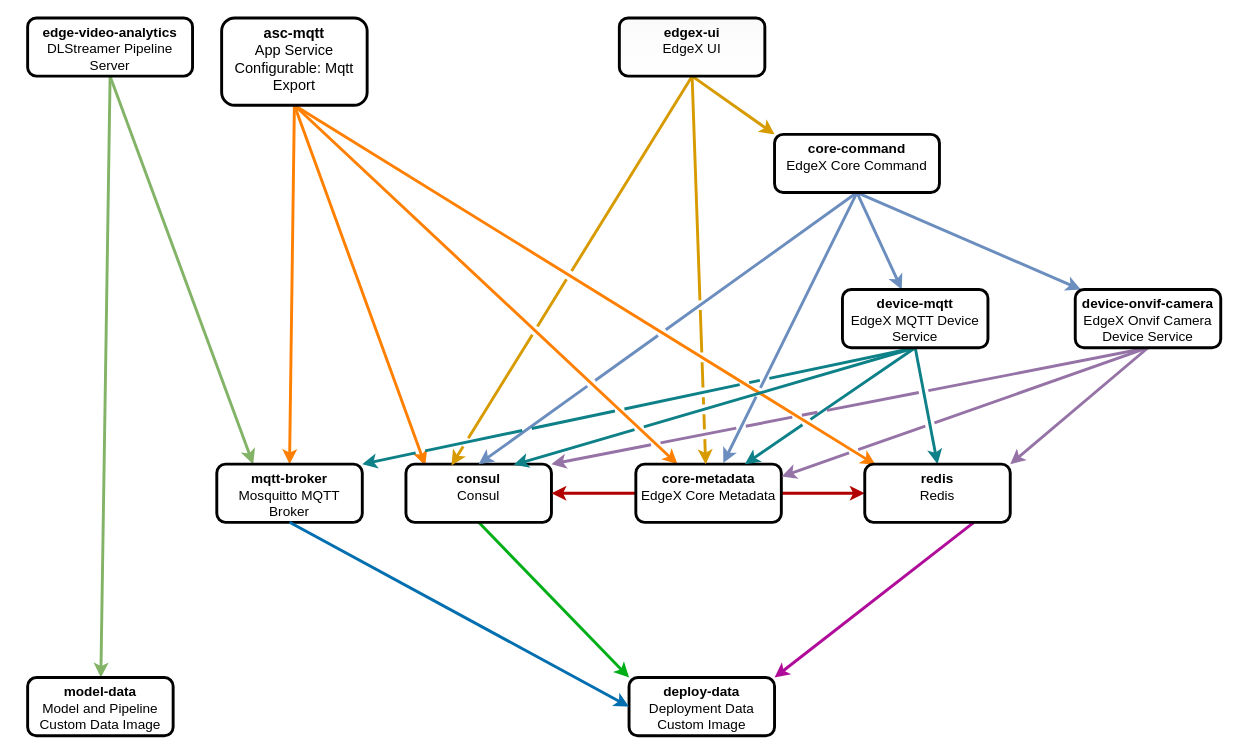
edgexfoundry-holding/orra keeps this draw.io diagram as demos/OH-EXF-Kamakura/docs/services-diagram.drawio. Above is the earlier version. Source tidied: cells renumbered, new cells numbered last; positions are measured from the earlier drawing's top-left corner, leaving out a move shared by most shapes. Both pictures are drawn from the tidied source at 97%, with x=0, y=0 at pixel (27, 17).
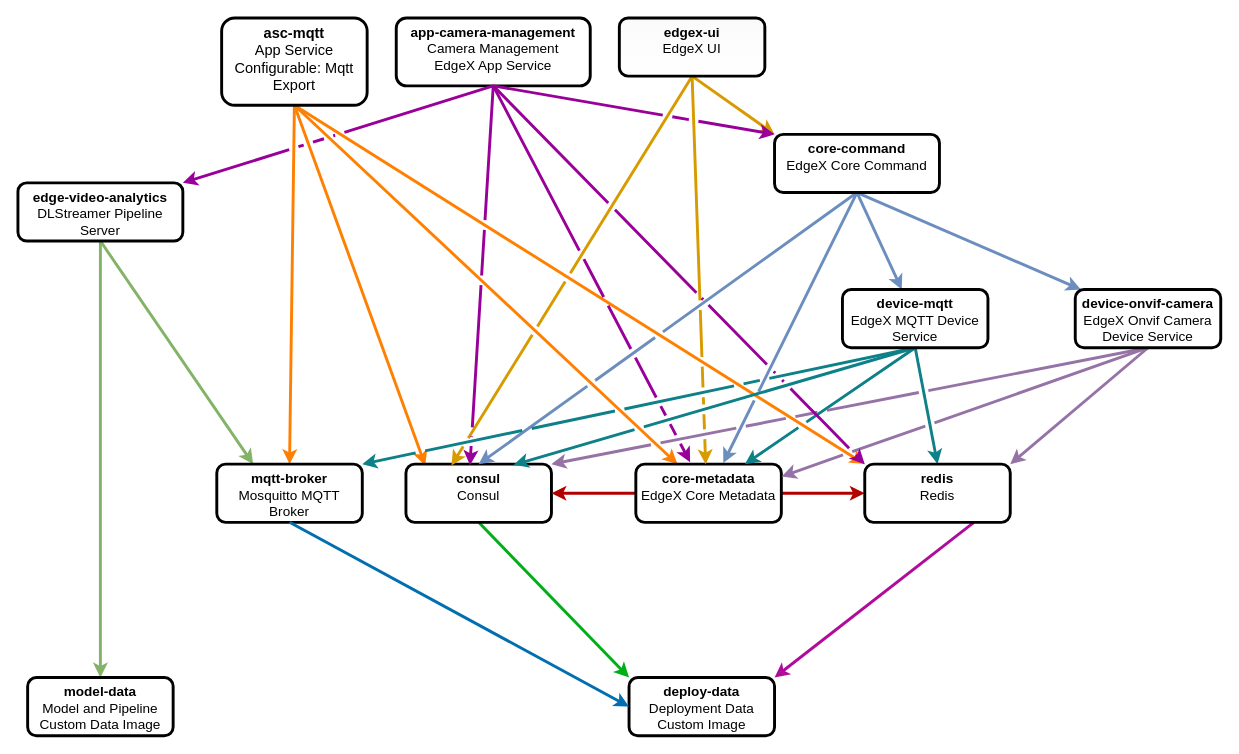
The same page after the edit.

Commit message (it also covers changes not shown here):
fix: update dependency graph and fix service and pattern

Unchanged cells that the change refers to:
```xml
<mxCell id="6" value="&lt;font style=&quot;font-size: 15px&quot;&gt;&lt;b&gt;asc-mqtt&lt;/b&gt;&lt;br&gt;App Service Configurable: Mqtt Export&lt;/font&gt;" style="whiteSpace=wrap;html=1;fontSize=14;verticalAlign=top;strokeWidth=3;rounded=1;" parent="1" vertex="1">
  <mxGeometry x="200" width="150" height="90" as="geometry" />
</mxCell>
<mxCell id="13" value="&lt;b style=&quot;font-size: 14px;&quot;&gt;consul&lt;/b&gt;&lt;br style=&quot;font-size: 14px;&quot;&gt;Consul" style="whiteSpace=wrap;html=1;fontSize=14;verticalAlign=top;strokeWidth=3;rounded=1;" parent="1" vertex="1">
  <mxGeometry x="390" y="460" width="150" height="60" as="geometry" />
</mxCell>
<mxCell id="18" value="&lt;b style=&quot;font-size: 14px;&quot;&gt;core-command&lt;/b&gt;&lt;br style=&quot;font-size: 14px;&quot;&gt;EdgeX Core Command" style="whiteSpace=wrap;html=1;fontSize=14;verticalAlign=top;strokeWidth=3;rounded=1;" parent="1" vertex="1">
  <mxGeometry x="770" y="120" width="170" height="60" as="geometry" />
</mxCell>
<mxCell id="21" value="&lt;b style=&quot;font-size: 14px;&quot;&gt;core-metadata&lt;/b&gt;&lt;br style=&quot;font-size: 14px;&quot;&gt;EdgeX Core Metadata" style="whiteSpace=wrap;html=1;fontSize=14;verticalAlign=top;strokeWidth=3;rounded=1;" parent="1" vertex="1">
  <mxGeometry x="627" y="460" width="150" height="60" as="geometry" />
</mxCell>
<mxCell id="37" value="&lt;span style=&quot;font-size: 14px&quot;&gt;&lt;b&gt;redis&lt;/b&gt;&lt;br&gt;Redis&lt;br&gt;&lt;/span&gt;" style="whiteSpace=wrap;html=1;flipV=1;fontSize=14;verticalAlign=top;strokeWidth=3;rounded=1;" parent="1" vertex="1">
  <mxGeometry x="863" y="460" width="150" height="60" as="geometry" />
</mxCell>
```

Change to the diagram source:
```diff
@@
-    <mxCell id="3" style="jettySize=auto;html=1;exitX=0.5;exitY=1;exitDx=0;exitDy=0;entryX=0.074;entryY=0.989;entryDx=0;entryDy=0;fontSize=14;jumpStyle=gap;strokeWidth=3;fillColor=#fff2cc;strokeColor=#FF8000;entryPerimeter=0;" parent="1" edge="1" source="6" target="37">
+    <mxCell id="3" style="jettySize=auto;html=1;exitX=0.5;exitY=1;exitDx=0;exitDy=0;entryX=0;entryY=0;entryDx=0;entryDy=0;fontSize=14;jumpStyle=gap;strokeWidth=3;fillColor=#fff2cc;strokeColor=#FF8000;" parent="1" edge="1" source="6" target="37">
       <mxGeometry relative="1" as="geometry" />
     </mxCell>
@@
     <mxCell id="9" value="&lt;span style=&quot;font-size: 14px&quot;&gt;&lt;b&gt;edge-video-analytics&lt;/b&gt;&lt;br&gt;DLStreamer Pipeline Server&lt;br&gt;&lt;/span&gt;" style="whiteSpace=wrap;html=1;fontSize=14;verticalAlign=top;strokeWidth=3;rounded=1;" parent="1" vertex="1">
-      <mxGeometry width="170" height="60" as="geometry" />
+      <mxGeometry x="-10" y="170" width="170" height="60" as="geometry" />
     </mxCell>
@@
+    <mxCell id="39" value="&lt;span style=&quot;font-size: 14px&quot;&gt;&lt;b&gt;app-camera-management&lt;/b&gt;&lt;br&gt;Camera Management&lt;br&gt;EdgeX App Service&lt;br&gt;&lt;/span&gt;" style="whiteSpace=wrap;html=1;fontSize=14;verticalAlign=top;strokeWidth=3;rounded=1;" parent="1" vertex="1">
+      <mxGeometry x="380" width="200" height="70" as="geometry" />
+    </mxCell>
+    <mxCell id="40" style="jettySize=auto;html=1;exitX=0.5;exitY=1;exitDx=0;exitDy=0;entryX=0;entryY=0;entryDx=0;entryDy=0;fontSize=14;jumpStyle=gap;strokeWidth=3;fillColor=#fff2cc;strokeColor=#990099;" parent="1" edge="1" source="39" target="37">
+      <mxGeometry relative="1" as="geometry" />
+    </mxCell>
+    <mxCell id="41" style="jettySize=auto;html=1;exitX=0.5;exitY=1;exitDx=0;exitDy=0;entryX=0;entryY=0;entryDx=0;entryDy=0;fontSize=14;jumpStyle=gap;strokeWidth=3;fillColor=#fff2cc;strokeColor=#990099;" parent="1" edge="1" source="39" target="18">
+      <mxGeometry relative="1" as="geometry" />
+    </mxCell>
+    <mxCell id="42" style="jettySize=auto;html=1;entryX=0.44;entryY=0.017;entryDx=0;entryDy=0;fontSize=14;jumpStyle=gap;strokeWidth=3;fillColor=#fff2cc;strokeColor=#990099;entryPerimeter=0;" parent="1" edge="1" target="13">
+      <mxGeometry relative="1" as="geometry">
+        <mxPoint x="480" y="70" as="sourcePoint" />
+      </mxGeometry>
+    </mxCell>
+    <mxCell id="43" style="jettySize=auto;html=1;entryX=0.373;entryY=-0.033;entryDx=0;entryDy=0;fontSize=14;jumpStyle=gap;strokeWidth=3;fillColor=#fff2cc;strokeColor=#990099;entryPerimeter=0;" parent="1" edge="1" target="21">
+      <mxGeometry relative="1" as="geometry">
+        <mxPoint x="480" y="70" as="sourcePoint" />
+      </mxGeometry>
+    </mxCell>
+    <mxCell id="44" style="jettySize=auto;html=1;entryX=1;entryY=0;entryDx=0;entryDy=0;fontSize=14;jumpStyle=gap;strokeWidth=3;fillColor=#fff2cc;strokeColor=#990099;" parent="1" edge="1" target="9">
+      <mxGeometry relative="1" as="geometry">
+        <mxPoint x="480" y="70" as="sourcePoint" />
+      </mxGeometry>
+    </mxCell>
```
